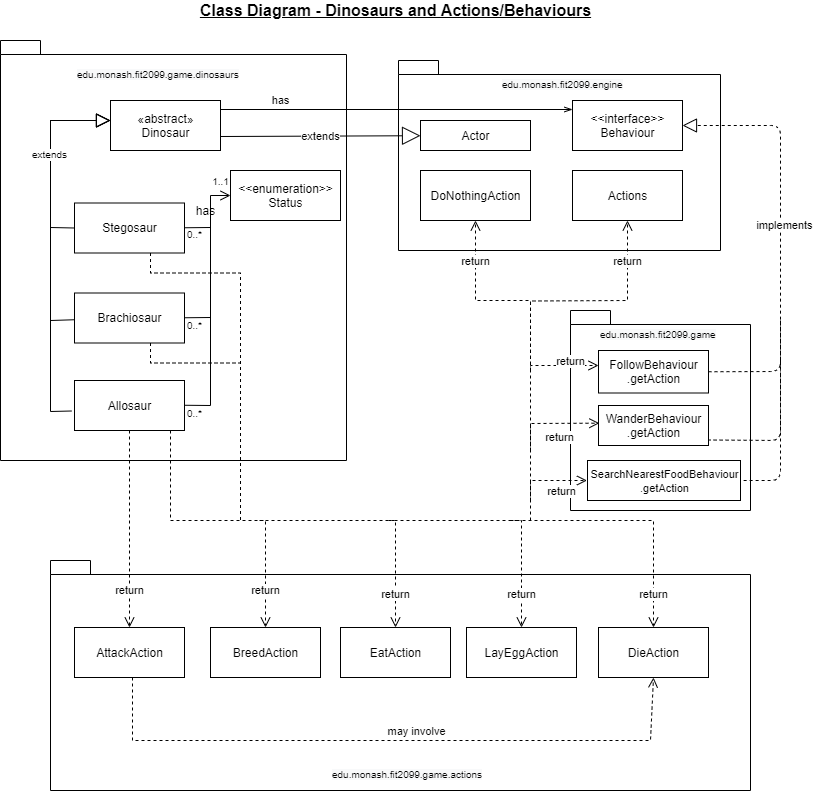
This is assignment_workings/Class Diagram - Dinosaurs and Actions_Behaviours.png from mltw/fit2099-jurassic-park-2021, a draw.io export, as it was before one commit. Source tidied: cells renumbered, new cells last; positions are measured from the earlier drawing's top-left corner, leaving out a move shared by most shapes.
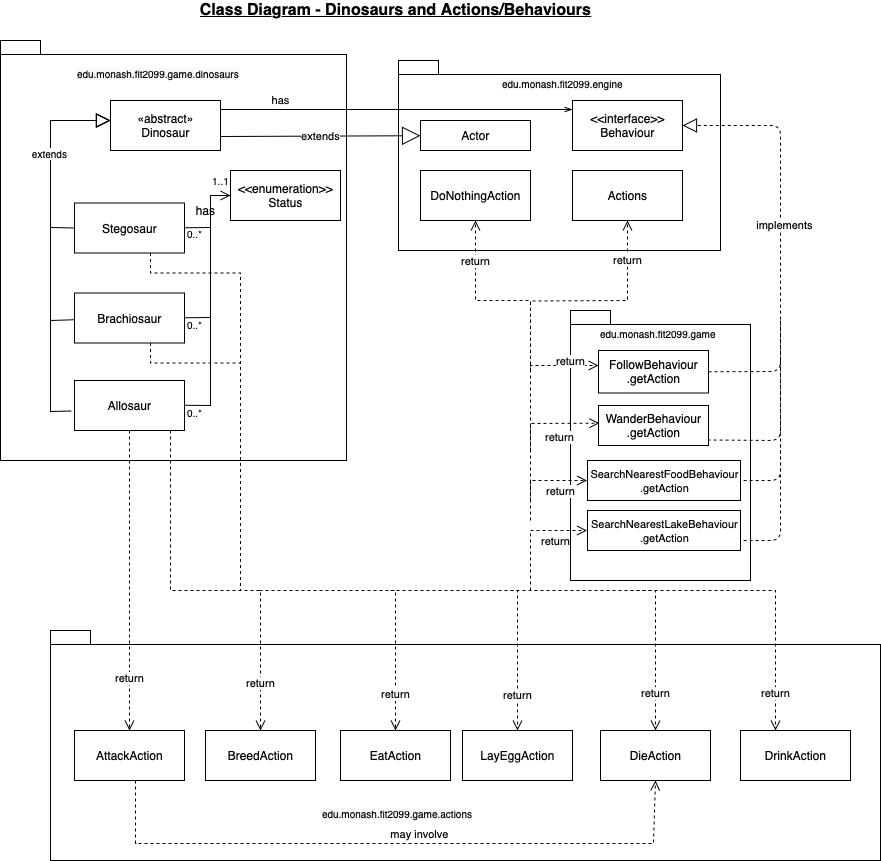
After the commit.

Commit message:
update class diagram - dinosaur & actions/behaviors

Change to the diagram source:
```diff
@@ -3,7 +3,7 @@
     <mxCell id="0" />
     <mxCell id="1" parent="0" />
     <mxCell id="2" style="shape=folder;fontStyle=1;spacingTop=10;tabWidth=40;tabHeight=14;tabPosition=left;html=1;" parent="1" vertex="1">
-      <mxGeometry x="50" y="560" width="700" height="230" as="geometry" />
+      <mxGeometry x="50" y="630" width="830" height="230" as="geometry" />
     </mxCell>
     <mxCell id="3" style="shape=folder;fontStyle=1;spacingTop=10;tabWidth=40;tabHeight=14;tabPosition=left;html=1;" parent="1" vertex="1">
       <mxGeometry x="398" y="60" width="322" height="190" as="geometry" />
@@ -12,7 +12,7 @@
       <mxGeometry y="40" width="346" height="420" as="geometry" />
     </mxCell>
     <mxCell id="5" style="shape=folder;fontStyle=1;spacingTop=10;tabWidth=40;tabHeight=14;tabPosition=left;html=1;" parent="1" vertex="1">
-      <mxGeometry x="570" y="310" width="180" height="200" as="geometry" />
+      <mxGeometry x="570" y="310" width="180" height="270" as="geometry" />
     </mxCell>
     <mxCell id="6" value="Stegosaur" style="html=1;" parent="1" vertex="1">
       <mxGeometry x="74" y="202.5" width="110" height="50" as="geometry" />
@@ -101,22 +101,22 @@
       </mxGeometry>
     </mxCell>
     <mxCell id="22" value="AttackAction" style="html=1;" parent="1" vertex="1">
-      <mxGeometry x="74" y="627" width="110" height="50" as="geometry" />
+      <mxGeometry x="74" y="730" width="110" height="50" as="geometry" />
     </mxCell>
     <mxCell id="23" value="return" style="html=1;verticalAlign=bottom;endArrow=open;dashed=1;endSize=8;exitX=0.5;exitY=1;exitDx=0;exitDy=0;" parent="1" edge="1" source="7" target="22">
       <mxGeometry x="0.71" relative="1" as="geometry" />
     </mxCell>
     <mxCell id="24" value="EatAction" style="html=1;" parent="1" vertex="1">
-      <mxGeometry x="340" y="627" width="110" height="50" as="geometry" />
+      <mxGeometry x="340" y="730" width="110" height="50" as="geometry" />
     </mxCell>
     <mxCell id="25" value="BreedAction" style="html=1;" parent="1" vertex="1">
-      <mxGeometry x="210" y="627" width="110" height="50" as="geometry" />
+      <mxGeometry x="205" y="730" width="110" height="50" as="geometry" />
     </mxCell>
     <mxCell id="26" value="LayEggAction" style="html=1;" parent="1" vertex="1">
-      <mxGeometry x="466" y="627" width="110" height="50" as="geometry" />
+      <mxGeometry x="462" y="730" width="110" height="50" as="geometry" />
     </mxCell>
     <mxCell id="27" value="DieAction" style="html=1;" parent="1" vertex="1">
-      <mxGeometry x="598" y="627" width="110" height="50" as="geometry" />
+      <mxGeometry x="600" y="730" width="110" height="50" as="geometry" />
     </mxCell>
     <mxCell id="28" value="DoNothingAction" style="html=1;" parent="1" vertex="1">
       <mxGeometry x="420" y="170" width="110" height="50" as="geometry" />
@@ -128,32 +128,32 @@
       <mxGeometry x="0.81" relative="1" as="geometry">
         <mxPoint x="170" y="430" as="sourcePoint" />
         <Array as="points">
-          <mxPoint x="170" y="520" />
-          <mxPoint x="265" y="520" />
+          <mxPoint x="170" y="590" />
+          <mxPoint x="260" y="590" />
         </Array>
       </mxGeometry>
     </mxCell>
     <mxCell id="31" value="return" style="html=1;verticalAlign=bottom;endArrow=open;dashed=1;endSize=8;rounded=0;" parent="1" edge="1" target="24">
       <mxGeometry x="0.81" relative="1" as="geometry">
-        <mxPoint x="259" y="520" as="sourcePoint" />
+        <mxPoint x="259" y="590" as="sourcePoint" />
         <Array as="points">
-          <mxPoint x="395" y="520" />
+          <mxPoint x="395" y="590" />
         </Array>
       </mxGeometry>
     </mxCell>
     <mxCell id="32" value="return" style="html=1;verticalAlign=bottom;endArrow=open;dashed=1;endSize=8;rounded=0;" parent="1" edge="1" target="26">
       <mxGeometry x="0.81" relative="1" as="geometry">
-        <mxPoint x="388" y="520" as="sourcePoint" />
+        <mxPoint x="390" y="590" as="sourcePoint" />
         <Array as="points">
-          <mxPoint x="521" y="520" />
+          <mxPoint x="517" y="590" />
         </Array>
       </mxGeometry>
     </mxCell>
     <mxCell id="33" value="return" style="html=1;verticalAlign=bottom;endArrow=open;dashed=1;endSize=8;rounded=0;" parent="1" edge="1" target="27">
       <mxGeometry x="0.81" relative="1" as="geometry">
-        <mxPoint x="510" y="520" as="sourcePoint" />
+        <mxPoint x="510" y="590" as="sourcePoint" />
         <Array as="points">
-          <mxPoint x="653" y="520" />
+          <mxPoint x="655" y="590" />
         </Array>
       </mxGeometry>
     </mxCell>
@@ -178,7 +178,7 @@
     <mxCell id="36" style="html=1;verticalAlign=bottom;endArrow=none;dashed=1;endSize=8;endFill=0;rounded=0;" parent="1" edge="1">
       <mxGeometry relative="1" as="geometry">
         <mxPoint x="150" y="342.5" as="sourcePoint" />
-        <mxPoint x="240" y="520" as="targetPoint" />
+        <mxPoint x="240" y="590" as="targetPoint" />
         <Array as="points">
           <mxPoint x="150" y="362.5" />
           <mxPoint x="240" y="362.5" />
@@ -223,7 +223,7 @@
       <mxGeometry x="598" y="320" width="160" height="30" as="geometry" />
     </mxCell>
     <mxCell id="43" value="&lt;span style=&quot;color: rgb(0 , 0 , 0) ; font-family: &amp;#34;helvetica&amp;#34; ; font-size: 10px ; font-style: normal ; font-weight: 400 ; letter-spacing: normal ; text-align: center ; text-indent: 0px ; text-transform: none ; word-spacing: 0px ; background-color: rgb(248 , 249 , 250) ; display: inline ; float: none&quot;&gt;edu.monash.fit2099.game.actions&lt;/span&gt;" style="text;whiteSpace=wrap;html=1;" parent="1" vertex="1">
-      <mxGeometry x="330" y="760" width="160" height="30" as="geometry" />
+      <mxGeometry x="320" y="800" width="160" height="30" as="geometry" />
     </mxCell>
     <mxCell id="44" value="&lt;font size=&quot;1&quot;&gt;&lt;b style=&quot;font-size: 16px&quot;&gt;&lt;u&gt;Class Diagram - Dinosaurs and Actions/Behaviours&lt;/u&gt;&lt;/b&gt;&lt;/font&gt;" style="text;html=1;align=center;verticalAlign=middle;strokeColor=none;" parent="1" vertex="1">
       <mxGeometry x="190" width="410" height="20" as="geometry" />
@@ -273,12 +273,13 @@
         </Array>
       </mxGeometry>
     </mxCell>
-    <mxCell id="55" value="may involve" style="html=1;verticalAlign=bottom;endArrow=open;dashed=1;endSize=8;entryX=0.5;entryY=1;entryDx=0;entryDy=0;rounded=0;" parent="1" edge="1" target="27">
+    <mxCell id="55" value="may involve" style="html=1;verticalAlign=bottom;endArrow=open;dashed=1;endSize=8;rounded=0;" parent="1" edge="1">
       <mxGeometry x="0.08" relative="1" as="geometry">
-        <mxPoint x="132" y="677" as="sourcePoint" />
+        <mxPoint x="135" y="780" as="sourcePoint" />
+        <mxPoint x="655" y="780" as="targetPoint" />
         <Array as="points">
-          <mxPoint x="132" y="740" />
-          <mxPoint x="650" y="740" />
+          <mxPoint x="135" y="843" />
+          <mxPoint x="653" y="843" />
         </Array>
       </mxGeometry>
     </mxCell>
@@ -304,5 +305,39 @@
         </Array>
       </mxGeometry>
     </mxCell>
+    <mxCell id="59" value="&lt;font style=&quot;font-size: 11px&quot;&gt;SearchNearestLakeBehaviour&lt;br&gt;.getAction&lt;/font&gt;" style="html=1;" parent="1" vertex="1">
+      <mxGeometry x="587" y="510" width="153" height="40" as="geometry" />
+    </mxCell>
+    <mxCell id="60" value="return" style="html=1;verticalAlign=bottom;endArrow=open;dashed=1;endSize=8;rounded=0;" parent="1" edge="1">
+      <mxGeometry x="0.45" y="-20" relative="1" as="geometry">
+        <mxPoint x="530" y="590" as="sourcePoint" />
+        <mxPoint x="586.5" y="530" as="targetPoint" />
+        <Array as="points">
+          <mxPoint x="530" y="530" />
+        </Array>
+      </mxGeometry>
+    </mxCell>
+    <mxCell id="61" style="html=1;verticalAlign=bottom;endArrow=none;dashed=1;endSize=8;endFill=0;" parent="1" edge="1">
+      <mxGeometry relative="1" as="geometry">
+        <mxPoint x="780" y="420" as="sourcePoint" />
+        <mxPoint x="740" y="540" as="targetPoint" />
+        <Array as="points">
+          <mxPoint x="780" y="460" />
+          <mxPoint x="780" y="540" />
+        </Array>
+      </mxGeometry>
+    </mxCell>
+    <mxCell id="62" value="DrinkAction" style="html=1;" parent="1" vertex="1">
+      <mxGeometry x="740" y="730" width="110" height="50" as="geometry" />
+    </mxCell>
+    <mxCell id="63" value="return" style="html=1;verticalAlign=bottom;endArrow=open;dashed=1;endSize=8;rounded=0;" parent="1" edge="1">
+      <mxGeometry x="0.81" relative="1" as="geometry">
+        <mxPoint x="630" y="590" as="sourcePoint" />
+        <mxPoint x="775" y="730" as="targetPoint" />
+        <Array as="points">
+          <mxPoint x="775" y="590" />
+        </Array>
+      </mxGeometry>
+    </mxCell>
   </root>
 </mxGraphModel>
```
